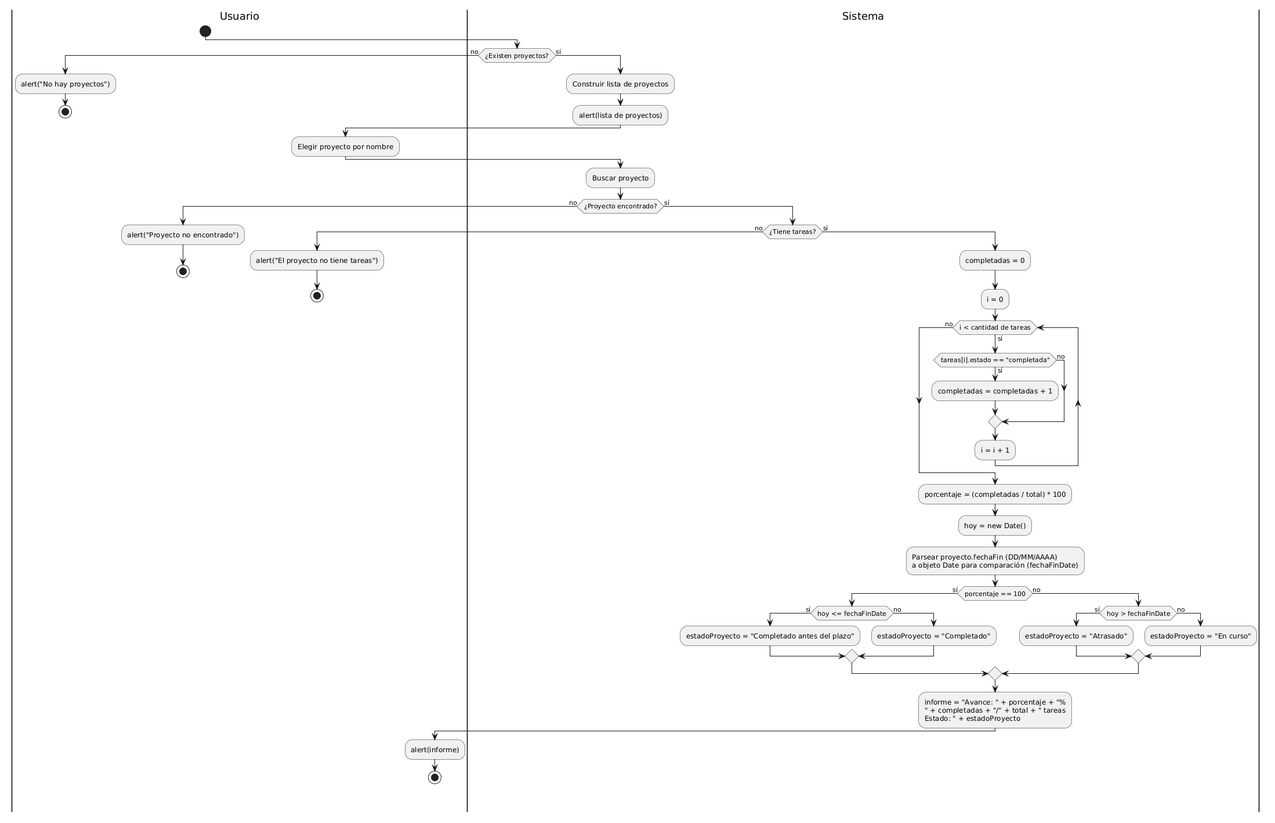
The PlantUML diagram docs/05-diagramas/01-diagrama-de-actividades/actividad-flujo-3-calcular-avance.png in martindebenedetti/Planix, before a commit.
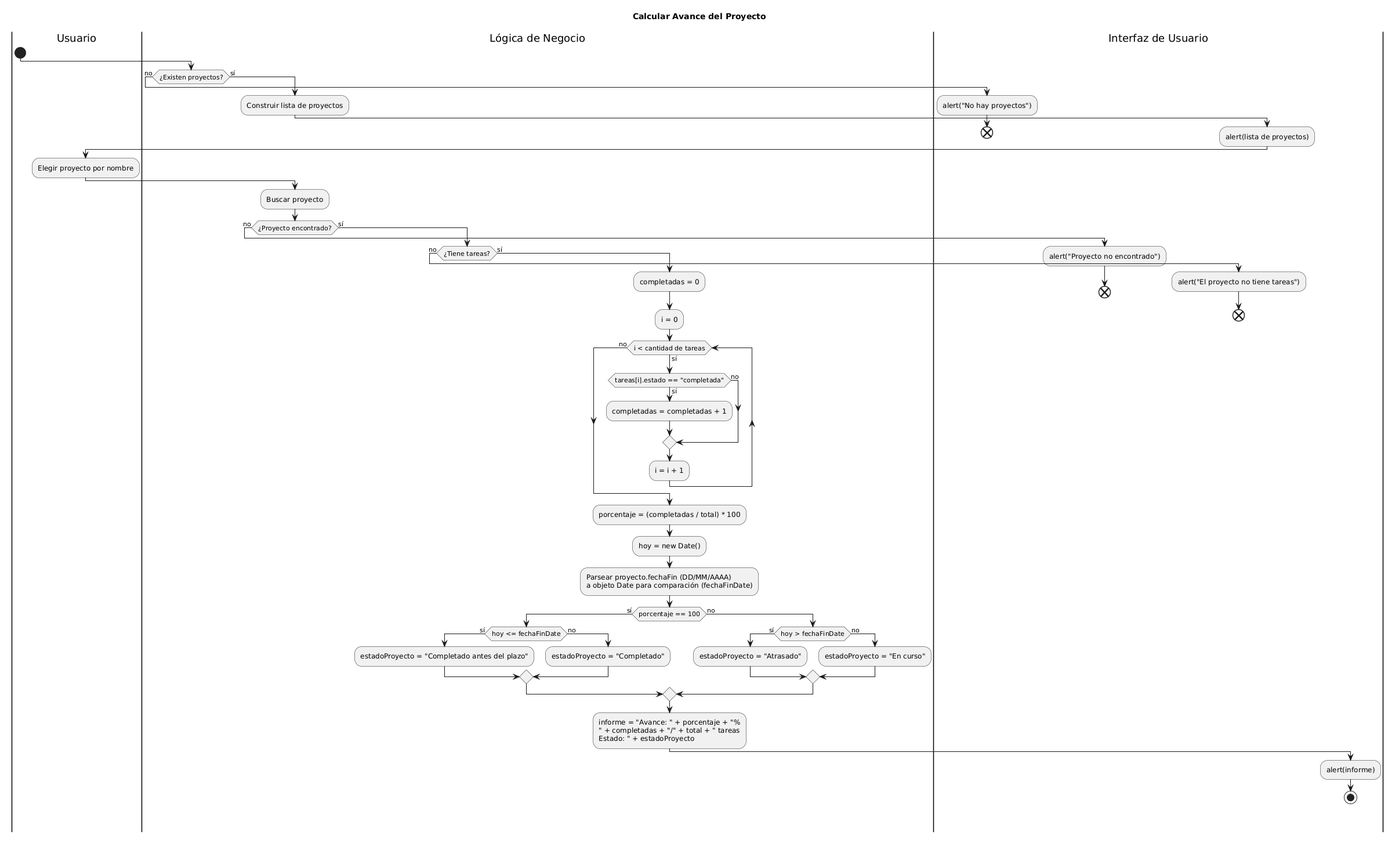
Later version of the same file.

Diff of the diagram source:
```diff
@@ -1,31 +1,33 @@
 @startuml
+title Calcular Avance del Proyecto
 |Usuario|
 start
-|Sistema|
+|Lógica de Negocio|
 if (¿Existen proyectos?) then (no)
-  |Usuario|
+  |Interfaz de Usuario|
   :alert("No hay proyectos");
-  stop
+  end
 else (sí)
-  |Sistema|
+  |Lógica de Negocio|
   :Construir lista de proyectos;
+  |Interfaz de Usuario|
   :alert(lista de proyectos);
   |Usuario|
   :Elegir proyecto por nombre;
-  |Sistema|
+  |Lógica de Negocio|
   :Buscar proyecto;
   if (¿Proyecto encontrado?) then (no)
-    |Usuario|
+    |Interfaz de Usuario|
     :alert("Proyecto no encontrado");
-    stop
+    end
   else (sí)
-    |Sistema|
+    |Lógica de Negocio|
     if (¿Tiene tareas?) then (no)
-      |Usuario|
+      |Interfaz de Usuario|
       :alert("El proyecto no tiene tareas");
-      stop
+      end
     else (sí)
-      |Sistema|
+      |Lógica de Negocio|
       :completadas = 0;
       :i = 0;
       while (i < cantidad de tareas) is (sí)
@@ -52,7 +54,7 @@
         endif
       endif
       :informe = "Avance: " + porcentaje + "%\n" + completadas + "/" + total + " tareas\nEstado: " + estadoProyecto;
-      |Usuario|
+      |Interfaz de Usuario|
       :alert(informe);
       stop
     endif
```
